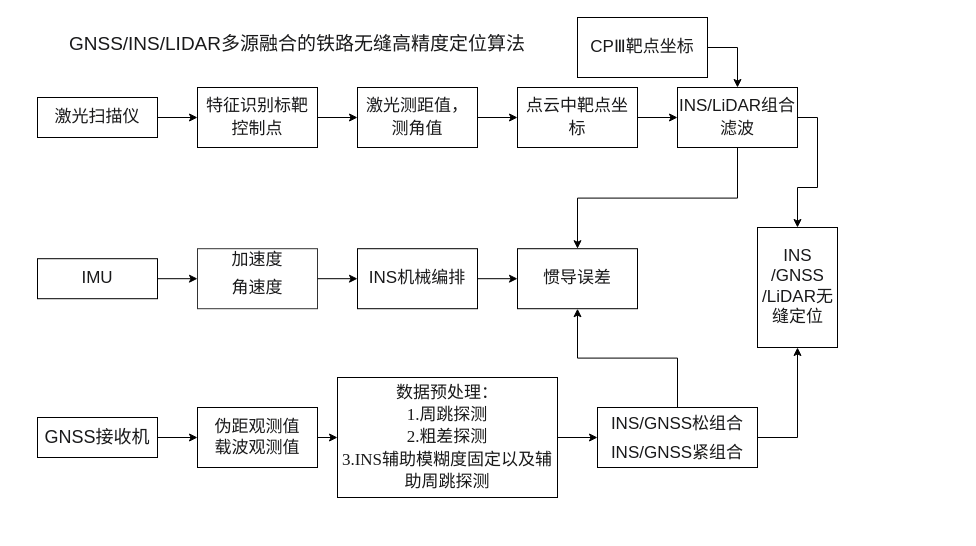
1024681863/liuchengtu keeps this draw.io diagram as PPT Diagram.drawio. Above is the earlier version. Source tidied: cells renumbered, new cells numbered last; positions are measured from the earlier drawing's top-left corner, leaving out a move shared by most shapes. Both pictures are drawn from the tidied source at 100%, with x=0, y=0 at pixel (37, 17).
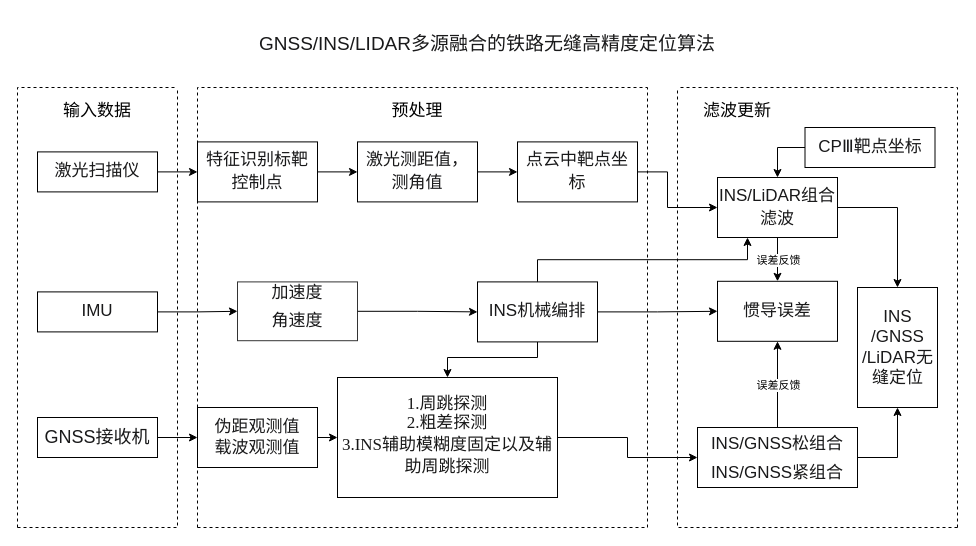
The same page after the edit.

Change to the diagram source:
```diff
@@
     <mxCell id="5" value="&lt;div style=&quot;line-height: 1.3; font-family: FZHei-B01S; text-align: center; vertical-align: middle; color: rgb(25, 25, 26); font-style: normal; font-weight: normal;&quot;&gt;&lt;p style=&quot;&quot;&gt;&lt;font style=&quot;font-size: 17px;&quot;&gt;激光测距值，测角值&lt;/font&gt;&lt;/p&gt;&lt;/div&gt;" style="rounded=0;whiteSpace=wrap;html=1;" parent="1" vertex="1">
-      <mxGeometry x="320" y="70" width="120" height="60" as="geometry" />
+      <mxGeometry x="320" y="124.4" width="120" height="60" as="geometry" />
     </mxCell>
@@
+    <mxCell id="35" style="edgeStyle=orthogonalEdgeStyle;rounded=0;jettySize=auto;html=1;exitX=0.5;exitY=0;exitDx=0;exitDy=0;entryX=0.25;entryY=1;entryDx=0;entryDy=0;" parent="1" edge="1" source="7" target="27">
+      <mxGeometry relative="1" as="geometry" />
+    </mxCell>
+    <mxCell id="36" style="edgeStyle=orthogonalEdgeStyle;rounded=0;jettySize=auto;html=1;exitX=0.5;exitY=1;exitDx=0;exitDy=0;entryX=0.5;entryY=0;entryDx=0;entryDy=0;" parent="1" edge="1" source="7" target="9">
+      <mxGeometry relative="1" as="geometry">
+        <Array as="points">
+          <mxPoint x="500" y="340" />
+          <mxPoint x="410" y="340" />
+        </Array>
+      </mxGeometry>
+    </mxCell>
     <mxCell id="7" value="&lt;div style=&quot;line-height: 1.3; font-family: FZHei-B01S; text-align: center; vertical-align: middle; color: rgb(25, 25, 26); font-style: normal; font-weight: normal;&quot;&gt;&lt;p style=&quot;&quot;&gt;&lt;font style=&quot;font-size: 17px;&quot;&gt;INS机械编排&lt;/font&gt;&lt;/p&gt;&lt;/div&gt;" style="rounded=0;whiteSpace=wrap;html=1;" parent="1" vertex="1">
-      <mxGeometry x="320" y="231.2" width="120" height="60" as="geometry" />
+      <mxGeometry x="440" y="264.4" width="120" height="60" as="geometry" />
     </mxCell>
@@
-    <mxCell id="9" value="&lt;div style=&quot;line-height: 130%;&quot;&gt;&lt;font style=&quot;font-size: 17px;&quot;&gt;&lt;span style=&quot;background-color: light-dark(#ffffff, var(--ge-dark-color, #121212)); color: light-dark(rgb(0, 0, 0), rgb(255, 255, 255)); font-family: Garamond; line-height: 130%;&quot;&gt;数据预处理：&lt;/span&gt;&lt;br&gt;&lt;/font&gt;&lt;/div&gt;&lt;font style=&quot;font-size: 17px;&quot;&gt;&lt;font style=&quot;line-height: 130%;&quot;&gt;&lt;span style=&quot;background-color: light-dark(#ffffff, var(--ge-dark-color, #121212)); color: light-dark(rgb(0, 0, 0), rgb(255, 255, 255)); font-family: Garamond;&quot;&gt;1.周跳探测&lt;/span&gt;&lt;br&gt;&lt;span style=&quot;background-color: light-dark(#ffffff, var(--ge-dark-color, #121212)); color: light-dark(rgb(0, 0, 0), rgb(255, 255, 255)); font-family: Garamond;&quot;&gt;2.粗差探测&lt;/span&gt;&lt;br&gt;&lt;/font&gt;&lt;span style=&quot;background-color: light-dark(#ffffff, var(--ge-dark-color, #121212)); color: light-dark(rgb(0, 0, 0), rgb(255, 255, 255)); font-family: Garamond; line-height: 130%;&quot;&gt;&lt;font style=&quot;line-height: 130%;&quot;&gt;3.INS辅助模糊度固定以及辅助周跳探测&lt;/font&gt;&lt;/span&gt;&lt;/font&gt;&lt;font style=&quot;forced-color-adjust: none;&quot;&gt;&lt;br&gt;&lt;/font&gt;" style="rounded=0;whiteSpace=wrap;html=1;fontSize=11;textOpacity=90;" parent="1" vertex="1">
+    <mxCell id="9" value="&lt;div style=&quot;line-height: 130%;&quot;&gt;&lt;span style=&quot;background-color: light-dark(#ffffff, var(--ge-dark-color, #121212)); color: light-dark(rgb(0, 0, 0), rgb(255, 255, 255)); font-family: Garamond; font-size: 17px;&quot;&gt;1.周跳探测&lt;/span&gt;&lt;br&gt;&lt;/div&gt;&lt;font style=&quot;font-size: 17px;&quot;&gt;&lt;font style=&quot;line-height: 130%;&quot;&gt;&lt;span style=&quot;background-color: light-dark(#ffffff, var(--ge-dark-color, #121212)); color: light-dark(rgb(0, 0, 0), rgb(255, 255, 255)); font-family: Garamond;&quot;&gt;2.粗差探测&lt;/span&gt;&lt;br&gt;&lt;/font&gt;&lt;span style=&quot;background-color: light-dark(#ffffff, var(--ge-dark-color, #121212)); color: light-dark(rgb(0, 0, 0), rgb(255, 255, 255)); font-family: Garamond; line-height: 130%;&quot;&gt;&lt;font style=&quot;line-height: 130%;&quot;&gt;3.INS辅助模糊度固定以及辅助周跳探测&lt;/font&gt;&lt;/span&gt;&lt;/font&gt;&lt;font style=&quot;forced-color-adjust: none;&quot;&gt;&lt;br&gt;&lt;/font&gt;" style="rounded=0;whiteSpace=wrap;html=1;fontSize=11;textOpacity=90;" parent="1" vertex="1">
       <mxGeometry x="300" y="360" width="220" height="120" as="geometry" />
     </mxCell>
@@
     <mxCell id="11" value="&lt;div style=&quot;font-family: FZHei-B01S; text-align: center; vertical-align: middle; color: rgb(25, 25, 26); font-style: normal; font-weight: normal; line-height: 100%;&quot;&gt;&lt;p&gt;&lt;font style=&quot;line-height: 130%; font-size: 17px;&quot;&gt;特征识别标靶控制点&lt;/font&gt;&lt;/p&gt;&lt;/div&gt;" style="rounded=0;whiteSpace=wrap;html=1;" parent="1" vertex="1">
-      <mxGeometry x="160" y="70" width="120" height="60" as="geometry" />
+      <mxGeometry x="160" y="124.4" width="120" height="60" as="geometry" />
     </mxCell>
@@
     <mxCell id="13" value="&lt;div style=&quot;&quot;&gt;&lt;font style=&quot;font-size: 17px;&quot;&gt;&lt;span style=&quot;color: light-dark(rgb(25, 25, 26), rgb(216, 216, 217)); font-family: FZHei-B01S; background-color: transparent;&quot;&gt;加速度&lt;/span&gt;&lt;br&gt;&lt;/font&gt;&lt;/div&gt;&lt;div style=&quot;font-family: FZHei-B01S; vertical-align: middle; color: rgb(25, 25, 26); font-style: normal; font-weight: normal; line-height: 100%;&quot;&gt;&lt;p style=&quot;&quot;&gt;&lt;span style=&quot;color: light-dark(rgb(25, 25, 26), rgb(216, 216, 217)); background-color: transparent;&quot;&gt;&lt;font style=&quot;font-size: 17px;&quot;&gt;角速度&lt;/font&gt;&lt;/span&gt;&lt;/p&gt;&lt;/div&gt;" style="rounded=0;whiteSpace=wrap;html=1;opacity=80;align=center;" parent="1" vertex="1">
-      <mxGeometry x="160" y="231.2" width="120" height="60" as="geometry" />
+      <mxGeometry x="200" y="264.4" width="120" height="58.8" as="geometry" />
     </mxCell>
@@
     <mxCell id="17" value="&lt;div style=&quot;line-height: 1.3; font-family: FZHei-B01S; vertical-align: middle; color: rgb(25, 25, 26);&quot;&gt;&lt;p style=&quot;line-height: 100%;&quot;&gt;&lt;font style=&quot;font-size: 17px;&quot;&gt;激光扫描仪&lt;/font&gt;&lt;/p&gt;&lt;/div&gt;" style="rounded=0;whiteSpace=wrap;html=1;" parent="1" vertex="1">
-      <mxGeometry y="80" width="120" height="40" as="geometry" />
+      <mxGeometry y="134.4" width="120" height="40" as="geometry" />
     </mxCell>
     <mxCell id="18" value="&lt;div style=&quot;line-height: 1.3; font-family: FZHei-B01S; text-align: center; vertical-align: middle; color: rgb(25, 25, 26); font-style: normal; font-weight: normal;&quot;&gt;&lt;p style=&quot;&quot;&gt;&lt;br&gt;&lt;/p&gt;&lt;/div&gt;" style="rounded=0;whiteSpace=wrap;html=1;" parent="1" vertex="1">
-      <mxGeometry x="720" y="210" width="80" height="120" as="geometry" />
+      <mxGeometry x="820" y="270" width="80" height="120" as="geometry" />
     </mxCell>
     <mxCell id="19" style="edgeStyle=orthogonalEdgeStyle;rounded=0;jettySize=auto;html=1;exitX=1;exitY=0.5;exitDx=0;exitDy=0;entryX=0;entryY=0.5;entryDx=0;entryDy=0;" parent="1" edge="1" source="20" target="27">
-      <mxGeometry relative="1" as="geometry" />
+      <mxGeometry relative="1" as="geometry">
+        <Array as="points">
+          <mxPoint x="630" y="154" />
+          <mxPoint x="630" y="190" />
+        </Array>
+      </mxGeometry>
     </mxCell>
     <mxCell id="20" value="&lt;div style=&quot;line-height: 1.3; font-family: FZHei-B01S; text-align: center; vertical-align: middle; color: rgb(25, 25, 26); font-style: normal; font-weight: normal;&quot;&gt;&lt;p style=&quot;&quot;&gt;&lt;font style=&quot;font-size: 17px;&quot;&gt;点云中靶点坐标&lt;/font&gt;&lt;/p&gt;&lt;/div&gt;" style="rounded=0;whiteSpace=wrap;html=1;" parent="1" vertex="1">
-      <mxGeometry x="480" y="70" width="120" height="60" as="geometry" />
+      <mxGeometry x="480" y="124.4" width="120" height="60" as="geometry" />
     </mxCell>
     <mxCell id="21" value="&lt;div style=&quot;line-height: 1.3; font-family: FZHei-B01S; text-align: center; vertical-align: middle; color: rgb(25, 25, 26); font-style: normal; font-weight: normal;&quot;&gt;&lt;p style=&quot;&quot;&gt;&lt;font style=&quot;font-size: 17px;&quot;&gt;惯导误差&lt;/font&gt;&lt;/p&gt;&lt;/div&gt;" style="rounded=0;whiteSpace=wrap;html=1;" parent="1" vertex="1">
-      <mxGeometry x="480" y="231.2" width="120" height="60" as="geometry" />
+      <mxGeometry x="680" y="263.8" width="120" height="60" as="geometry" />
     </mxCell>
-    <mxCell id="22" style="edgeStyle=orthogonalEdgeStyle;rounded=0;jettySize=auto;html=1;exitX=0.5;exitY=0;exitDx=0;exitDy=0;entryX=0.5;entryY=1;entryDx=0;entryDy=0;" parent="1" edge="1" source="24" target="21">
-      <mxGeometry relative="1" as="geometry" />
-    </mxCell>
@@
     <mxCell id="24" value="&lt;div style=&quot;font-family: FZHei-B01S; text-align: center; vertical-align: middle; color: rgb(25, 25, 26); font-style: normal; font-weight: normal; line-height: 100%;&quot;&gt;&lt;p&gt;&lt;span&gt;&lt;font style=&quot;line-height: 100%; font-size: 17px;&quot;&gt;INS/GNSS松组合&lt;/font&gt;&lt;/span&gt;&lt;/p&gt;&lt;p&gt;&lt;span&gt;&lt;font style=&quot;line-height: 100%; font-size: 17px;&quot;&gt;INS/GNSS紧组合&lt;/font&gt;&lt;/span&gt;&lt;/p&gt;&lt;/div&gt;" style="rounded=0;whiteSpace=wrap;html=1;" parent="1" vertex="1">
-      <mxGeometry x="560" y="390" width="160" height="60" as="geometry" />
+      <mxGeometry x="660" y="410" width="160" height="60" as="geometry" />
     </mxCell>
-    <mxCell id="25" style="edgeStyle=orthogonalEdgeStyle;rounded=0;jettySize=auto;html=1;exitX=0.5;exitY=1;exitDx=0;exitDy=0;entryX=0.5;entryY=0;entryDx=0;entryDy=0;" parent="1" edge="1" source="27" target="21">
-      <mxGeometry relative="1" as="geometry" />
-    </mxCell>
@@
     <mxCell id="27" value="&lt;div style=&quot;line-height: 1.3; font-family: FZHei-B01S; text-align: center; vertical-align: middle; color: rgb(25, 25, 26); font-style: normal; font-weight: normal;&quot;&gt;&lt;p style=&quot;&quot;&gt;&lt;font style=&quot;font-size: 17px;&quot;&gt;INS/LiDAR组合滤波&lt;/font&gt;&lt;/p&gt;&lt;/div&gt;" style="rounded=0;whiteSpace=wrap;html=1;" parent="1" vertex="1">
-      <mxGeometry x="640" y="70" width="120" height="60" as="geometry" />
+      <mxGeometry x="680" y="160" width="120" height="60" as="geometry" />
     </mxCell>
-    <mxCell id="28" style="edgeStyle=orthogonalEdgeStyle;rounded=0;jettySize=auto;html=1;exitX=0.5;exitY=0;exitDx=0;exitDy=0;entryX=0.5;entryY=0;entryDx=0;entryDy=0;" parent="1" edge="1" source="29" target="27">
+    <mxCell id="28" style="edgeStyle=orthogonalEdgeStyle;rounded=0;jettySize=auto;html=1;exitX=0.5;exitY=1;exitDx=0;exitDy=0;entryX=0.5;entryY=0;entryDx=0;entryDy=0;" parent="1" edge="1" source="29" target="27">
       <mxGeometry relative="1" as="geometry" />
     </mxCell>
     <mxCell id="29" value="&lt;div style=&quot;line-height: 1.3; font-family: FZHei-B01S; text-align: center; vertical-align: middle; color: rgb(25, 25, 26); font-style: normal; font-weight: normal;&quot;&gt;&lt;p style=&quot;&quot;&gt;&lt;font style=&quot;font-size: 17px;&quot;&gt;CPⅢ靶点坐标&lt;/font&gt;&lt;/p&gt;&lt;/div&gt;" style="rounded=0;whiteSpace=wrap;html=1;direction=south;" parent="1" vertex="1">
-      <mxGeometry x="540" width="130" height="60" as="geometry" />
+      <mxGeometry x="767.5" y="110" width="130" height="40" as="geometry" />
     </mxCell>
@@
     <mxCell id="31" value="&lt;div style=&quot;line-height: 1.3; font-family: FZHei-B01S; vertical-align: middle; color: rgb(25, 25, 26);&quot;&gt;&lt;p style=&quot;line-height: 100%;&quot;&gt;&lt;font style=&quot;font-size: 17px;&quot;&gt;IMU&lt;/font&gt;&lt;/p&gt;&lt;/div&gt;" style="rounded=0;whiteSpace=wrap;html=1;" parent="1" vertex="1">
-      <mxGeometry y="241.2" width="120" height="40" as="geometry" />
+      <mxGeometry y="274.4" width="120" height="40" as="geometry" />
     </mxCell>
     <mxCell id="32" value="&lt;span style=&quot;color: rgb(25, 25, 26); font-family: FZHei-B01S; font-size: 19px;&quot;&gt;GNSS/INS/LIDAR多源融合的铁路无缝高精度定位算法&lt;/span&gt;" style="text;html=1;align=center;verticalAlign=middle;whiteSpace=wrap;rounded=0;rotation=0;" parent="1" vertex="1">
-      <mxGeometry width="520" height="54.4" as="geometry" />
+      <mxGeometry x="190" width="520" height="54.4" as="geometry" />
     </mxCell>
@@
     <mxCell id="34" value="&lt;span style=&quot;color: rgb(25, 25, 26); font-family: FZHei-B01S;&quot;&gt;INS&lt;/span&gt;&lt;div&gt;&lt;span style=&quot;color: rgb(25, 25, 26); font-family: FZHei-B01S;&quot;&gt;/GNSS&lt;/span&gt;&lt;div&gt;&lt;span style=&quot;color: rgb(25, 25, 26); font-family: FZHei-B01S;&quot;&gt;/LiDAR无缝定位&lt;/span&gt;&lt;/div&gt;&lt;/div&gt;" style="text;html=1;align=center;verticalAlign=middle;whiteSpace=wrap;rounded=0;rotation=0;fontSize=17;" parent="1" vertex="1">
-      <mxGeometry x="722.5" y="219.4" width="75" height="98.8" as="geometry" />
+      <mxGeometry x="822.5" y="280.6" width="75" height="98.8" as="geometry" />
     </mxCell>
+    <mxCell id="37" style="endArrow=none;dashed=1;html=1;rounded=0;" parent="1" edge="1">
+      <mxGeometry relative="1" as="geometry">
+        <mxPoint x="-20" y="510" as="sourcePoint" />
+        <mxPoint x="140" y="70" as="targetPoint" />
+        <Array as="points">
+          <mxPoint x="-20" y="70" />
+        </Array>
+      </mxGeometry>
+    </mxCell>
+    <mxCell id="38" style="endArrow=none;dashed=1;html=1;rounded=0;" parent="1" edge="1">
+      <mxGeometry relative="1" as="geometry">
+        <mxPoint x="-20" y="510" as="sourcePoint" />
+        <mxPoint x="140" y="70" as="targetPoint" />
+        <Array as="points">
+          <mxPoint x="140" y="510" />
+        </Array>
+      </mxGeometry>
+    </mxCell>
+    <mxCell id="39" value="&lt;font style=&quot;font-size: 17px;&quot;&gt;输入数据&lt;/font&gt;" style="text;html=1;align=center;verticalAlign=middle;whiteSpace=wrap;rounded=0;" parent="1" vertex="1">
+      <mxGeometry x="10" y="77" width="100" height="33" as="geometry" />
+    </mxCell>
+    <mxCell id="40" value="&lt;font style=&quot;font-size: 17px;&quot;&gt;预处理&lt;/font&gt;" style="text;html=1;align=center;verticalAlign=middle;whiteSpace=wrap;rounded=0;" parent="1" vertex="1">
+      <mxGeometry x="330" y="77" width="100" height="33" as="geometry" />
+    </mxCell>
+    <mxCell id="41" style="endArrow=none;dashed=1;html=1;rounded=0;" parent="1" edge="1">
+      <mxGeometry relative="1" as="geometry">
+        <mxPoint x="160" y="510" as="sourcePoint" />
+        <mxPoint x="610" y="70" as="targetPoint" />
+        <Array as="points">
+          <mxPoint x="160" y="70" />
+        </Array>
+      </mxGeometry>
+    </mxCell>
+    <mxCell id="42" style="endArrow=none;dashed=1;html=1;rounded=0;" parent="1" edge="1">
+      <mxGeometry relative="1" as="geometry">
+        <mxPoint x="160" y="510" as="sourcePoint" />
+        <mxPoint x="610" y="70" as="targetPoint" />
+        <Array as="points">
+          <mxPoint x="610" y="510" />
+        </Array>
+      </mxGeometry>
+    </mxCell>
+    <mxCell id="43" style="endArrow=none;dashed=1;html=1;rounded=0;" parent="1" edge="1">
+      <mxGeometry relative="1" as="geometry">
+        <mxPoint x="920" y="510" as="sourcePoint" />
+        <mxPoint x="640" y="70" as="targetPoint" />
+        <Array as="points">
+          <mxPoint x="920" y="70" />
+        </Array>
+      </mxGeometry>
+    </mxCell>
+    <mxCell id="44" style="endArrow=none;dashed=1;html=1;rounded=0;" parent="1" edge="1">
+      <mxGeometry relative="1" as="geometry">
+        <mxPoint x="920" y="510" as="sourcePoint" />
+        <mxPoint x="640" y="70" as="targetPoint" />
+        <Array as="points">
+          <mxPoint x="640" y="510" />
+        </Array>
+      </mxGeometry>
+    </mxCell>
+    <mxCell id="45" value="&lt;font style=&quot;font-size: 17px;&quot;&gt;滤波更新&lt;/font&gt;" style="text;html=1;align=center;verticalAlign=middle;whiteSpace=wrap;rounded=0;" parent="1" vertex="1">
+      <mxGeometry x="650" y="77" width="100" height="33" as="geometry" />
+    </mxCell>
+    <mxCell id="22" style="endArrow=classic;html=1;rounded=0;exitX=0.5;exitY=0;exitDx=0;exitDy=0;entryX=0.5;entryY=1;entryDx=0;entryDy=0;" parent="1" edge="1" source="24" target="21">
+      <mxGeometry relative="1" as="geometry" />
+    </mxCell>
+    <mxCell id="46" value="误差反馈" style="edgeLabel;html=1;align=center;verticalAlign=middle;" parent="22" vertex="1">
+      <mxGeometry relative="1" as="geometry" />
+    </mxCell>
+    <mxCell id="25" style="endArrow=classic;html=1;rounded=0;entryX=0.5;entryY=0;entryDx=0;entryDy=0;exitX=0.5;exitY=1;exitDx=0;exitDy=0;" parent="1" edge="1" source="27" target="21">
+      <mxGeometry relative="1" as="geometry" />
+    </mxCell>
+    <mxCell id="47" value="误差反馈" style="edgeLabel;html=1;align=center;verticalAlign=middle;" parent="25" vertex="1">
+      <mxGeometry relative="1" as="geometry" />
+    </mxCell>
```
